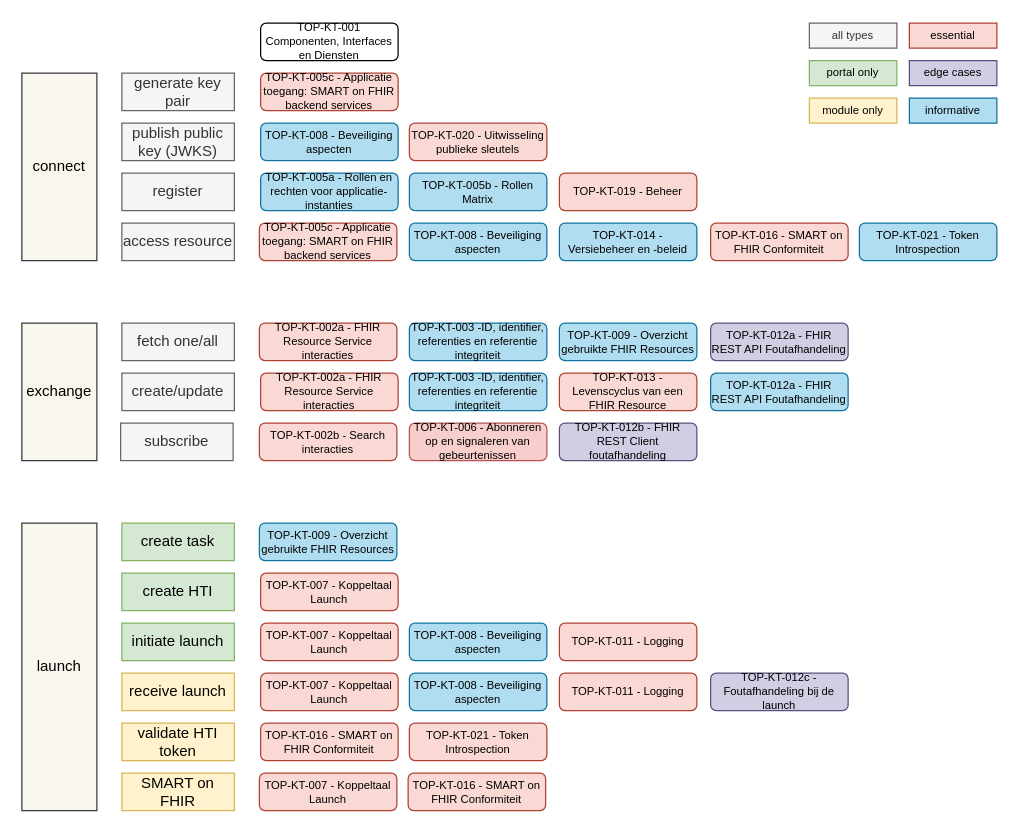
Earlier version of the draw.io diagram topics/Mapping Topics on DevGuide Steps.drawio (Koppeltaal/Koppeltaal-2.0-Specificaties-en-Architectuur). Source tidied: cells renumbered, new cells numbered last; positions are measured from the earlier drawing's top-left corner, leaving out a move shared by most shapes. Both pictures are drawn from the tidied source at 125%, with x=0, y=0 at pixel (21, 22).
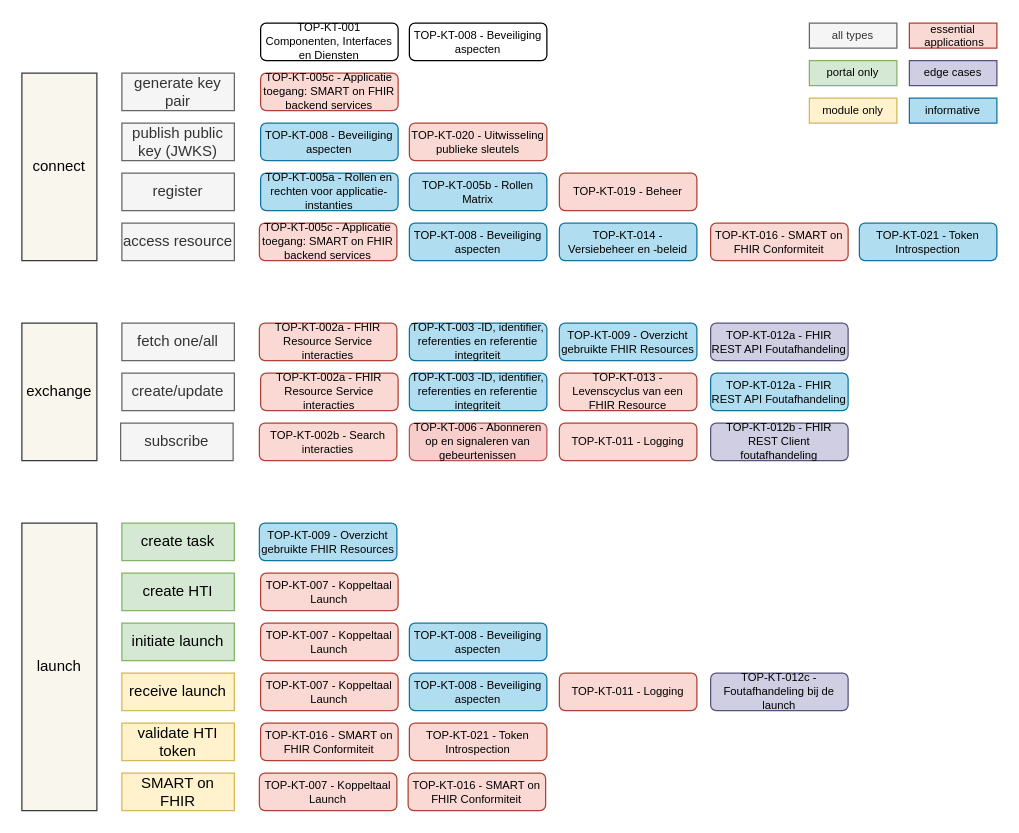
After the change.

The edit, as a diff of the source:
```diff
@@
     <mxCell id="31" value="TOP-KT-011 - Logging" style="rounded=1;whiteSpace=wrap;html=1;fontSize=9;fillColor=#fad9d5;strokeColor=#ae4132;" parent="1" vertex="1">
-      <mxGeometry x="430" y="480" width="110" height="30" as="geometry" />
+      <mxGeometry x="430" y="320" width="110" height="30" as="geometry" />
     </mxCell>
@@
-    <mxCell id="45" value="essential" style="rounded=0;whiteSpace=wrap;html=1;fontSize=9;fillColor=#fad9d5;strokeColor=#ae4132;" parent="1" vertex="1">
+    <mxCell id="45" value="essential &amp;nbsp;applications" style="rounded=0;whiteSpace=wrap;html=1;fontSize=9;fillColor=#fad9d5;strokeColor=#ae4132;" parent="1" vertex="1">
       <mxGeometry x="710" width="70" height="20" as="geometry" />
     </mxCell>
@@
     <mxCell id="49" value="TOP-KT-012b - FHIR REST Client foutafhandeling" style="rounded=1;whiteSpace=wrap;html=1;fontSize=9;fillColor=#d0cee2;strokeColor=#56517e;" parent="1" vertex="1">
-      <mxGeometry x="430" y="320" width="110" height="30" as="geometry" />
+      <mxGeometry x="551" y="320" width="110" height="30" as="geometry" />
     </mxCell>
@@
+    <mxCell id="60" value="TOP-KT-008 - Beveiliging aspecten" style="rounded=1;whiteSpace=wrap;html=1;fontSize=9;" parent="1" vertex="1">
+      <mxGeometry x="310" width="110" height="30" as="geometry" />
+    </mxCell>
```
